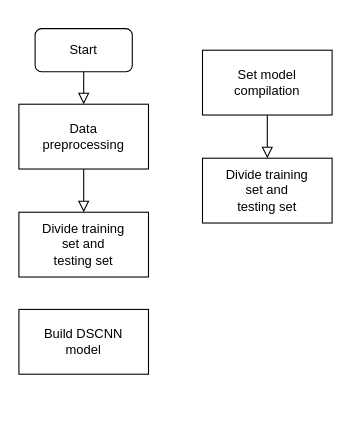
ThiriKid/drow_io keeps this draw.io diagram as project/未命名绘图.drawio. Above is the earlier version. Source tidied: cells renumbered, new cells numbered last; positions are measured from the earlier drawing's top-left corner, leaving out a move shared by most shapes. Both pictures are drawn from the tidied source at 108%, with x=0, y=0 at pixel (18, 28).
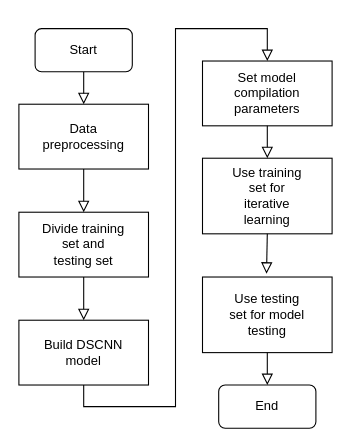
Above is the later version.

Commit message (it also covers changes not shown here):
更新未命名绘图.drawio

Change to the diagram source:
```diff
@@
 <mxGraphModel>
   <root>
     <mxCell id="0" />
     <mxCell id="1" parent="0" />
     <mxCell id="2" style="rounded=0;html=1;jettySize=auto;fontSize=11;endArrow=block;endFill=0;endSize=8;strokeWidth=1;shadow=0;labelBackgroundColor=none;edgeStyle=orthogonalEdgeStyle;entryX=0.5;entryY=0;entryDx=0;entryDy=0;" parent="1" edge="1" source="3" target="4">
       <mxGeometry relative="1" as="geometry" />
     </mxCell>
     <mxCell id="3" value="Start" style="rounded=1;whiteSpace=wrap;html=1;fontSize=12;glass=0;strokeWidth=1;shadow=0;" parent="1" vertex="1">
       <mxGeometry x="15" width="90" height="40" as="geometry" />
     </mxCell>
     <mxCell id="4" value="Data &lt;br&gt;preprocessing" style="rounded=0;whiteSpace=wrap;html=1;" parent="1" vertex="1">
       <mxGeometry y="70" width="120" height="60" as="geometry" />
     </mxCell>
     <mxCell id="5" value="Divide training&lt;br&gt;set and&lt;br&gt;testing set" style="rounded=0;whiteSpace=wrap;html=1;" parent="1" vertex="1">
       <mxGeometry y="170" width="120" height="60" as="geometry" />
     </mxCell>
     <mxCell id="6" style="rounded=0;html=1;jettySize=auto;fontSize=11;endArrow=block;endFill=0;endSize=8;strokeWidth=1;shadow=0;labelBackgroundColor=none;edgeStyle=orthogonalEdgeStyle;entryX=0.5;entryY=0;entryDx=0;entryDy=0;exitX=0.5;exitY=1;exitDx=0;exitDy=0;" parent="1" edge="1" source="4" target="5">
       <mxGeometry relative="1" as="geometry" />
     </mxCell>
     <mxCell id="7" value="Build DSCNN&lt;br&gt;model" style="rounded=0;whiteSpace=wrap;html=1;" parent="1" vertex="1">
-      <mxGeometry y="260" width="120" height="60" as="geometry" />
+      <mxGeometry y="270" width="120" height="60" as="geometry" />
     </mxCell>
-    <mxCell id="8" value="Set model&lt;br&gt;compilation" style="rounded=0;whiteSpace=wrap;html=1;" parent="1" vertex="1">
-      <mxGeometry x="170" y="20" width="120" height="60" as="geometry" />
+    <mxCell id="8" value="Set model&lt;br&gt;compilation&lt;br&gt;parameters" style="rounded=0;whiteSpace=wrap;html=1;" parent="1" vertex="1">
+      <mxGeometry x="170" y="30" width="120" height="60" as="geometry" />
     </mxCell>
-    <mxCell id="9" value="Divide training&lt;br&gt;set and&lt;br&gt;testing set" style="rounded=0;whiteSpace=wrap;html=1;" parent="1" vertex="1">
-      <mxGeometry x="170" y="120" width="120" height="60" as="geometry" />
+    <mxCell id="9" value="Use training&lt;br&gt;set for&lt;br&gt;iterative&lt;br&gt;learning" style="rounded=0;whiteSpace=wrap;html=1;" parent="1" vertex="1">
+      <mxGeometry x="170" y="120" width="120" height="70" as="geometry" />
     </mxCell>
     <mxCell id="10" style="rounded=0;html=1;jettySize=auto;fontSize=11;endArrow=block;endFill=0;endSize=8;strokeWidth=1;shadow=0;labelBackgroundColor=none;edgeStyle=orthogonalEdgeStyle;entryX=0.5;entryY=0;entryDx=0;entryDy=0;exitX=0.5;exitY=1;exitDx=0;exitDy=0;" parent="1" edge="1" source="8" target="9">
       <mxGeometry relative="1" as="geometry" />
     </mxCell>
+    <mxCell id="11" value="Use testing&lt;br&gt;set for model&lt;br&gt;testing" style="rounded=0;whiteSpace=wrap;html=1;" parent="1" vertex="1">
+      <mxGeometry x="170" y="230" width="120" height="70" as="geometry" />
+    </mxCell>
+    <mxCell id="12" value="End" style="rounded=1;whiteSpace=wrap;html=1;fontSize=12;glass=0;strokeWidth=1;shadow=0;" parent="1" vertex="1">
+      <mxGeometry x="185" y="330" width="90" height="40" as="geometry" />
+    </mxCell>
+    <mxCell id="13" style="rounded=0;html=1;jettySize=auto;fontSize=11;endArrow=block;endFill=0;endSize=8;strokeWidth=1;shadow=0;labelBackgroundColor=none;edgeStyle=orthogonalEdgeStyle;entryX=0.5;entryY=0;entryDx=0;entryDy=0;exitX=0.5;exitY=1;exitDx=0;exitDy=0;" parent="1" edge="1" source="5" target="7">
+      <mxGeometry relative="1" as="geometry" />
+    </mxCell>
+    <mxCell id="14" style="rounded=0;html=1;jettySize=auto;fontSize=11;endArrow=block;endFill=0;endSize=8;strokeWidth=1;shadow=0;labelBackgroundColor=none;edgeStyle=orthogonalEdgeStyle;entryX=0.5;entryY=0;entryDx=0;entryDy=0;exitX=0.5;exitY=1;exitDx=0;exitDy=0;" parent="1" edge="1" source="7" target="8">
+      <mxGeometry relative="1" as="geometry">
+        <Array as="points">
+          <mxPoint x="60" y="350" />
+          <mxPoint x="145" y="350" />
+          <mxPoint x="145" />
+          <mxPoint x="230" />
+        </Array>
+      </mxGeometry>
+    </mxCell>
+    <mxCell id="15" style="rounded=0;html=1;jettySize=auto;fontSize=11;endArrow=block;endFill=0;endSize=8;strokeWidth=1;shadow=0;labelBackgroundColor=none;edgeStyle=orthogonalEdgeStyle;entryX=0.494;entryY=-0.044;entryDx=0;entryDy=0;exitX=0.5;exitY=1;exitDx=0;exitDy=0;entryPerimeter=0;" parent="1" edge="1" source="9" target="11">
+      <mxGeometry relative="1" as="geometry" />
+    </mxCell>
+    <mxCell id="16" style="rounded=0;html=1;jettySize=auto;fontSize=11;endArrow=block;endFill=0;endSize=8;strokeWidth=1;shadow=0;labelBackgroundColor=none;edgeStyle=orthogonalEdgeStyle;entryX=0.5;entryY=0;entryDx=0;entryDy=0;exitX=0.5;exitY=1;exitDx=0;exitDy=0;" parent="1" edge="1" source="11" target="12">
+      <mxGeometry relative="1" as="geometry" />
+    </mxCell>
   </root>
 </mxGraphModel>
```
